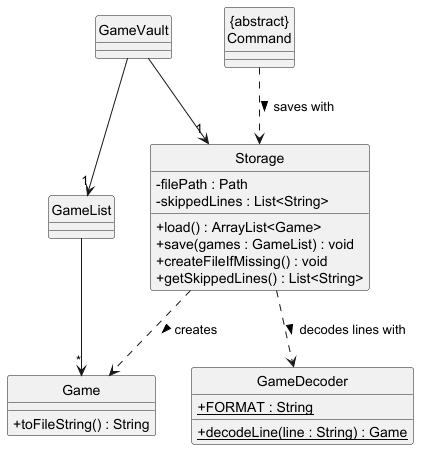
Earlier version of the PlantUML export docs/images/StorageClassDiagram.png (AY2627S1-CS2113-T11-4/tp).
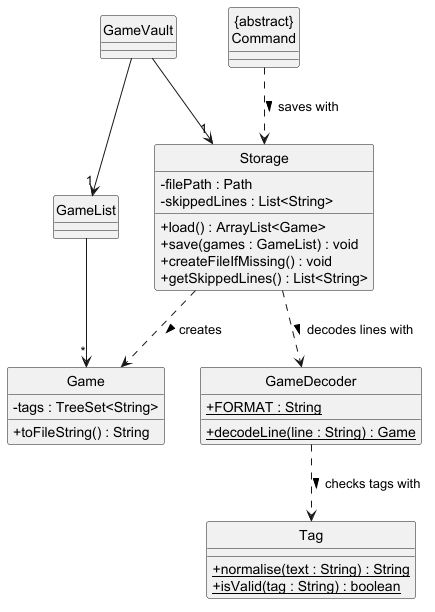
The same diagram one commit later.

Commit message:
Update the Storage section of the DG for tags

The edit, as a diff of the source:
```diff
@@ -19,8 +19,14 @@
   + {static} decodeLine(line : String) : Game
 }
 
+class Tag {
+  + {static} normalise(text : String) : String
+  + {static} isValid(tag : String) : boolean
+}
+
 class GameList
 class Game {
+  - tags : TreeSet<String>
   + toFileString() : String
 }
 
@@ -29,5 +35,6 @@
 Command ..> Storage : saves with >
 Storage ..> GameDecoder : decodes lines with >
 Storage ..> Game : creates >
+GameDecoder ..> Tag : checks tags with >
 GameList --> "*" Game
 @enduml
```
